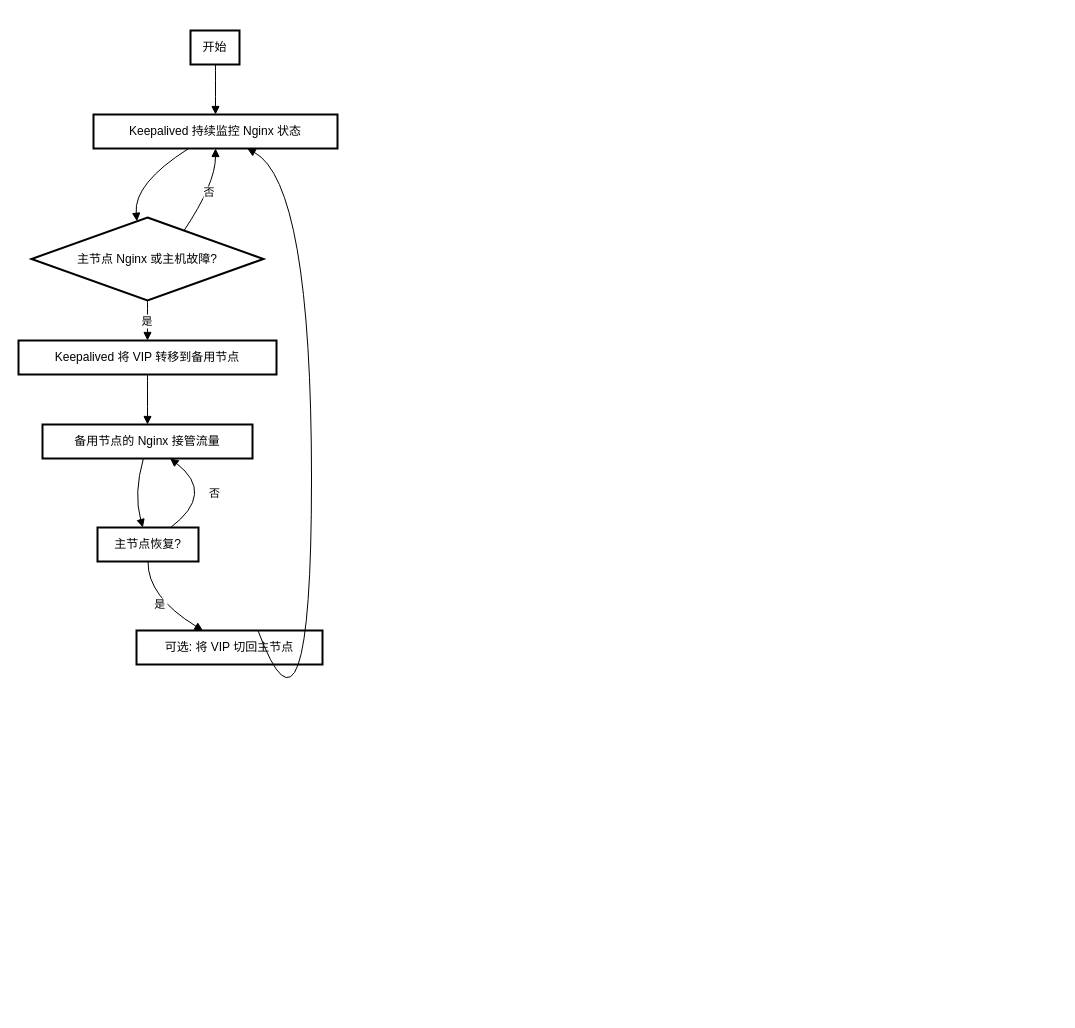
Before: 流程图.drawio in bachcuda/etltool, a draw.io diagram. Source tidied: cells renumbered, new cells numbered last; positions are measured from the earlier drawing's top-left corner, leaving out a move shared by most shapes. Both pictures are drawn from the tidied source at 100%, with x=0, y=0 at pixel (18, 30).
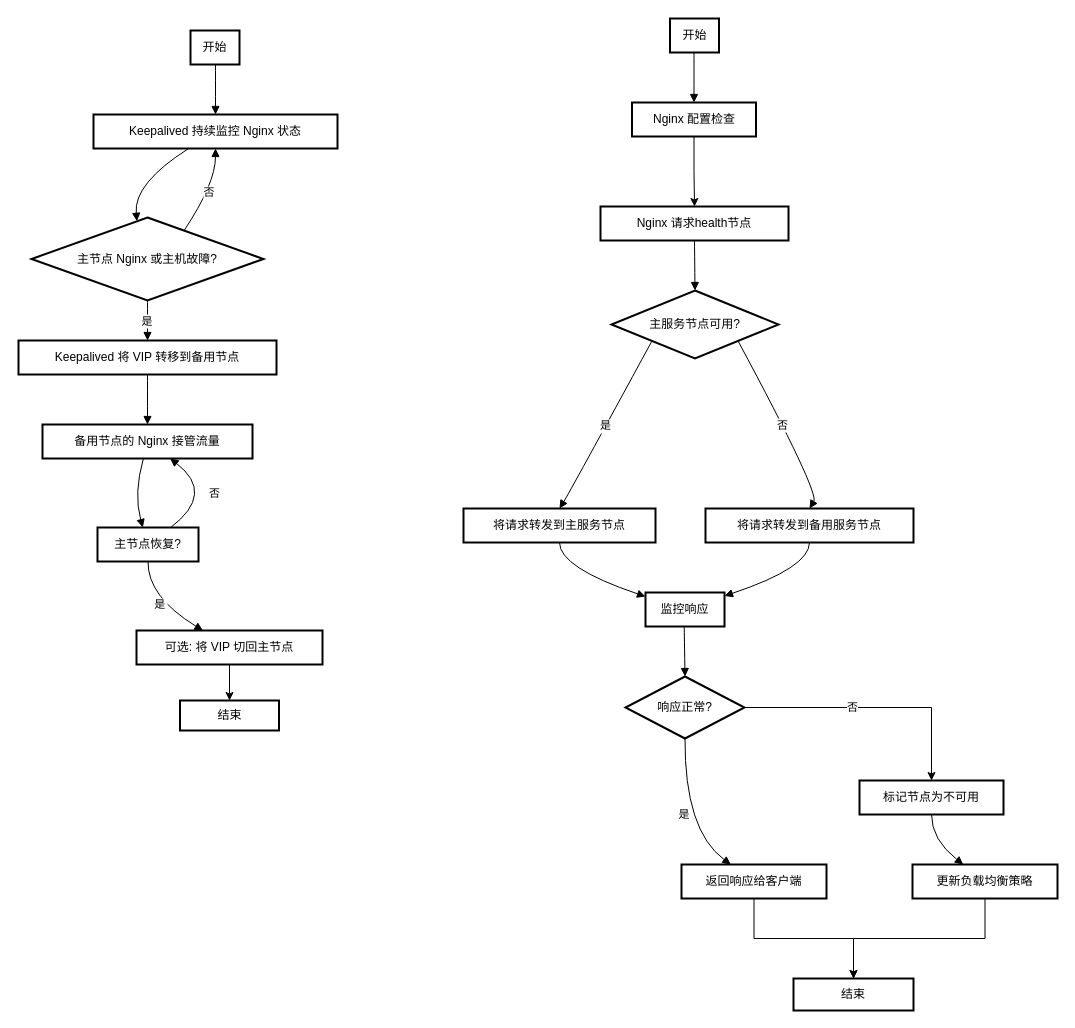
The same page after the edit.

Commit message:
更新流程图.drawio

Unchanged cells that the change refers to:
```xml
<mxCell id="3" value="Keepalived 持续监控 Nginx 状态" style="whiteSpace=wrap;strokeWidth=2;" parent="1" vertex="1">
  <mxGeometry x="75" y="84" width="244" height="34" as="geometry" />
</mxCell>
<mxCell id="8" value="可选: 将 VIP 切回主节点" style="whiteSpace=wrap;strokeWidth=2;" parent="1" vertex="1">
  <mxGeometry x="118" y="600" width="186" height="34" as="geometry" />
</mxCell>
```

Change to the diagram source:
```diff
@@
+    <mxCell id="18" style="edgeStyle=orthogonalEdgeStyle;rounded=0;jettySize=auto;html=1;" parent="1" edge="1" source="8" target="44">
+      <mxGeometry relative="1" as="geometry" />
+    </mxCell>
@@
-    <mxCell id="17" style="curved=1;startArrow=none;endArrow=block;exitX=0.65;exitY=0.01;entryX=0.63;entryY=1;rounded=0;" parent="1" edge="1" source="8" target="3">
-      <mxGeometry relative="1" as="geometry">
-        <Array as="points">
-          <mxPoint x="293" y="744" />
-          <mxPoint x="293" y="153" />
-        </Array>
-      </mxGeometry>
-    </mxCell>
+    <mxCell id="19" value="开始" style="whiteSpace=wrap;strokeWidth=2;" parent="1" vertex="1">
+      <mxGeometry x="651.5" y="-12" width="49" height="34" as="geometry" />
+    </mxCell>
+    <mxCell id="20" style="edgeStyle=orthogonalEdgeStyle;rounded=0;jettySize=auto;html=1;" parent="1" edge="1" source="21" target="22">
+      <mxGeometry relative="1" as="geometry" />
+    </mxCell>
+    <mxCell id="21" value="Nginx 配置检查" style="whiteSpace=wrap;strokeWidth=2;" parent="1" vertex="1">
+      <mxGeometry x="613.5" y="72" width="124" height="34" as="geometry" />
+    </mxCell>
+    <mxCell id="22" value="Nginx 请求health节点" style="whiteSpace=wrap;strokeWidth=2;" parent="1" vertex="1">
+      <mxGeometry x="582" y="176" width="188" height="34" as="geometry" />
+    </mxCell>
+    <mxCell id="23" value="主服务节点可用?" style="rhombus;strokeWidth=2;whiteSpace=wrap;" parent="1" vertex="1">
+      <mxGeometry x="593" y="260" width="167" height="68" as="geometry" />
+    </mxCell>
+    <mxCell id="24" value="将请求转发到主服务节点" style="whiteSpace=wrap;strokeWidth=2;" parent="1" vertex="1">
+      <mxGeometry x="445" y="478" width="192" height="34" as="geometry" />
+    </mxCell>
+    <mxCell id="25" value="将请求转发到备用服务节点" style="whiteSpace=wrap;strokeWidth=2;" parent="1" vertex="1">
+      <mxGeometry x="687" y="478" width="208" height="34" as="geometry" />
+    </mxCell>
+    <mxCell id="26" value="监控响应" style="whiteSpace=wrap;strokeWidth=2;" parent="1" vertex="1">
+      <mxGeometry x="627" y="562" width="79" height="34" as="geometry" />
+    </mxCell>
+    <mxCell id="27" style="edgeStyle=orthogonalEdgeStyle;rounded=0;jettySize=auto;html=1;entryX=0.5;entryY=0;entryDx=0;entryDy=0;" parent="1" edge="1" source="29" target="32">
+      <mxGeometry relative="1" as="geometry" />
+    </mxCell>
+    <mxCell id="28" value="否" style="edgeLabel;html=1;align=center;verticalAlign=middle;" parent="27" vertex="1">
+      <mxGeometry x="-0.18" y="1" relative="1" as="geometry" />
+    </mxCell>
+    <mxCell id="29" value="响应正常?" style="rhombus;strokeWidth=2;whiteSpace=wrap;" parent="1" vertex="1">
+      <mxGeometry x="607" y="646" width="119" height="62" as="geometry" />
+    </mxCell>
+    <mxCell id="30" style="edgeStyle=orthogonalEdgeStyle;rounded=0;jettySize=auto;html=1;" parent="1" edge="1" source="31" target="45">
+      <mxGeometry relative="1" as="geometry" />
+    </mxCell>
+    <mxCell id="31" value="返回响应给客户端" style="whiteSpace=wrap;strokeWidth=2;" parent="1" vertex="1">
+      <mxGeometry x="663" y="834" width="145" height="34" as="geometry" />
+    </mxCell>
+    <mxCell id="32" value="标记节点为不可用" style="whiteSpace=wrap;strokeWidth=2;" parent="1" vertex="1">
+      <mxGeometry x="841" y="750" width="144" height="34" as="geometry" />
+    </mxCell>
+    <mxCell id="33" style="edgeStyle=orthogonalEdgeStyle;rounded=0;jettySize=auto;html=1;entryX=0.5;entryY=0;entryDx=0;entryDy=0;" parent="1" edge="1" source="34" target="45">
+      <mxGeometry relative="1" as="geometry" />
+    </mxCell>
+    <mxCell id="34" value="更新负载均衡策略" style="whiteSpace=wrap;strokeWidth=2;" parent="1" vertex="1">
+      <mxGeometry x="894" y="834" width="145" height="34" as="geometry" />
+    </mxCell>
+    <mxCell id="35" style="curved=1;startArrow=none;endArrow=block;exitX=0.49;exitY=1;entryX=0.5;entryY=0;rounded=0;" parent="1" edge="1" source="19" target="21">
+      <mxGeometry relative="1" as="geometry" />
+    </mxCell>
+    <mxCell id="36" style="curved=1;startArrow=none;endArrow=block;exitX=0.5;exitY=1;entryX=0.5;entryY=0;rounded=0;" parent="1" edge="1" source="22" target="23">
+      <mxGeometry relative="1" as="geometry" />
+    </mxCell>
+    <mxCell id="37" value="是" style="curved=1;startArrow=none;endArrow=block;exitX=0;exitY=0.97;entryX=0.5;entryY=0;rounded=0;" parent="1" edge="1" source="23" target="24">
+      <mxGeometry relative="1" as="geometry">
+        <Array as="points">
+          <mxPoint x="551" y="462" />
+        </Array>
+      </mxGeometry>
+    </mxCell>
+    <mxCell id="38" value="否" style="curved=1;startArrow=none;endArrow=block;exitX=1;exitY=0.97;entryX=0.5;entryY=0;rounded=0;" parent="1" edge="1" source="23" target="25">
+      <mxGeometry relative="1" as="geometry">
+        <Array as="points">
+          <mxPoint x="801" y="462" />
+        </Array>
+      </mxGeometry>
+    </mxCell>
+    <mxCell id="39" style="curved=1;startArrow=none;endArrow=block;exitX=0.5;exitY=1;entryX=-0.01;entryY=0.11;rounded=0;" parent="1" edge="1" source="24" target="26">
+      <mxGeometry relative="1" as="geometry">
+        <Array as="points">
+          <mxPoint x="541" y="537" />
+        </Array>
+      </mxGeometry>
+    </mxCell>
+    <mxCell id="40" style="curved=1;startArrow=none;endArrow=block;exitX=0.5;exitY=1;entryX=0.99;entryY=0.11;rounded=0;" parent="1" edge="1" source="25" target="26">
+      <mxGeometry relative="1" as="geometry">
+        <Array as="points">
+          <mxPoint x="791" y="537" />
+        </Array>
+      </mxGeometry>
+    </mxCell>
+    <mxCell id="41" style="curved=1;startArrow=none;endArrow=block;exitX=0.49;exitY=1;entryX=0.5;entryY=0;rounded=0;" parent="1" edge="1" source="26" target="29">
+      <mxGeometry relative="1" as="geometry" />
+    </mxCell>
+    <mxCell id="42" value="是" style="curved=1;startArrow=none;endArrow=block;exitX=0.5;exitY=1;entryX=0.34;entryY=0;rounded=0;" parent="1" edge="1" source="29" target="31">
+      <mxGeometry relative="1" as="geometry">
+        <Array as="points">
+          <mxPoint x="666" y="800" />
+        </Array>
+      </mxGeometry>
+    </mxCell>
+    <mxCell id="43" style="curved=1;startArrow=none;endArrow=block;exitX=0.5;exitY=1;entryX=0.35;entryY=0;rounded=0;" parent="1" edge="1" source="32" target="34">
+      <mxGeometry relative="1" as="geometry">
+        <Array as="points">
+          <mxPoint x="913" y="809" />
+        </Array>
+      </mxGeometry>
+    </mxCell>
+    <mxCell id="44" value="结束" style="whiteSpace=wrap;html=1;strokeWidth=2;" parent="1" vertex="1">
+      <mxGeometry x="161.5" y="670" width="99" height="30" as="geometry" />
+    </mxCell>
+    <mxCell id="45" value="结束" style="whiteSpace=wrap;html=1;strokeWidth=2;" parent="1" vertex="1">
+      <mxGeometry x="775" y="948" width="120" height="32" as="geometry" />
+    </mxCell>
```
